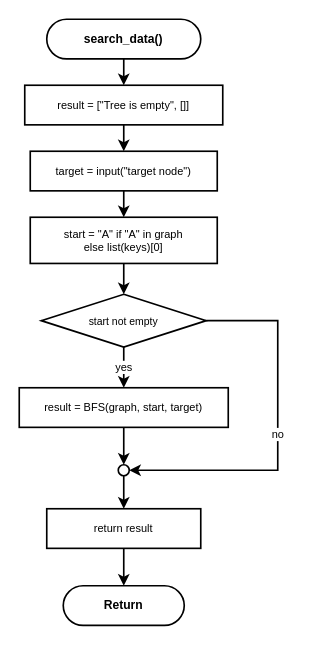
Earlier version of the draw.io diagram program001/flowchart/08_search_data.drawio (kittiphong064008-cyber/AI-Coding). Source tidied: cells renumbered, new cells numbered last; positions are measured from the earlier drawing's top-left corner, leaving out a move shared by most shapes. Both pictures are drawn from the tidied source at 110%, with x=0, y=0 at pixel (19, 19).
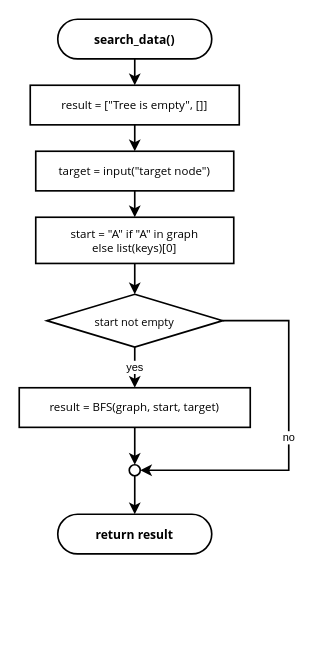
Above is the later version.

The edit, as a diff of the source:
```diff
@@
-    <mxCell id="2" value="search_data()" style="rounded=1;whiteSpace=wrap;html=1;arcSize=50;fillColor=#ffffff;strokeColor=#000000;strokeWidth=1.5;fontSize=11;fontFamily=Helvetica;fontStyle=1;" parent="1" vertex="1">
-      <mxGeometry x="25" width="140" height="36" as="geometry" />
+    <mxCell id="2" value="search_data()" style="rounded=1;whiteSpace=wrap;html=1;arcSize=50;fillColor=#ffffff;strokeColor=#000000;strokeWidth=1.5;fontSize=11;fontFamily=Segoe UI;fontStyle=1;" parent="1" vertex="1">
+      <mxGeometry x="35" width="140" height="36" as="geometry" />
     </mxCell>
-    <mxCell id="3" value="result = [&quot;Tree is empty&quot;, []]" style="rounded=0;whiteSpace=wrap;html=1;fillColor=#ffffff;strokeColor=#000000;strokeWidth=1.5;fontSize=10;fontFamily=Helvetica;" parent="1" vertex="1">
-      <mxGeometry x="5" y="60" width="180" height="36" as="geometry" />
+    <mxCell id="3" value="result = [&quot;Tree is empty&quot;, []]" style="rounded=0;whiteSpace=wrap;html=1;fillColor=#ffffff;strokeColor=#000000;strokeWidth=1.5;fontSize=10.5;fontFamily=Segoe UI;" parent="1" vertex="1">
+      <mxGeometry x="10" y="60" width="190" height="36" as="geometry" />
     </mxCell>
-    <mxCell id="4" value="target = input(&quot;target node&quot;)" style="rounded=0;whiteSpace=wrap;html=1;fillColor=#ffffff;strokeColor=#000000;strokeWidth=1.5;fontSize=10;fontFamily=Helvetica;" parent="1" vertex="1">
-      <mxGeometry x="10" y="120" width="170" height="36" as="geometry" />
+    <mxCell id="4" value="target = input(&quot;target node&quot;)" style="rounded=0;whiteSpace=wrap;html=1;fillColor=#ffffff;strokeColor=#000000;strokeWidth=1.5;fontSize=10.5;fontFamily=Segoe UI;" parent="1" vertex="1">
+      <mxGeometry x="15" y="120" width="180" height="36" as="geometry" />
     </mxCell>
-    <mxCell id="5" value="start = &quot;A&quot; if &quot;A&quot; in graph&#10;else list(keys)[0]" style="rounded=0;whiteSpace=wrap;html=1;fillColor=#ffffff;strokeColor=#000000;strokeWidth=1.5;fontSize=10;fontFamily=Helvetica;" parent="1" vertex="1">
-      <mxGeometry x="10" y="180" width="170" height="42" as="geometry" />
+    <mxCell id="5" value="start = &quot;A&quot; if &quot;A&quot; in graph&#10;else list(keys)[0]" style="rounded=0;whiteSpace=wrap;html=1;fillColor=#ffffff;strokeColor=#000000;strokeWidth=1.5;fontSize=10.5;fontFamily=Segoe UI;" parent="1" vertex="1">
+      <mxGeometry x="15" y="180" width="180" height="42" as="geometry" />
     </mxCell>
-    <mxCell id="6" value="start not empty" style="rhombus;whiteSpace=wrap;html=1;fillColor=#ffffff;strokeColor=#000000;strokeWidth=1.5;fontSize=9.5;fontFamily=Helvetica;" parent="1" vertex="1">
-      <mxGeometry x="20" y="250" width="150" height="48" as="geometry" />
+    <mxCell id="6" value="start not empty" style="rhombus;whiteSpace=wrap;html=1;fillColor=#ffffff;strokeColor=#000000;strokeWidth=1.5;fontSize=10;fontFamily=Segoe UI;" parent="1" vertex="1">
+      <mxGeometry x="25" y="250" width="160" height="48" as="geometry" />
     </mxCell>
-    <mxCell id="7" value="result = BFS(graph, start, target)" style="rounded=0;whiteSpace=wrap;html=1;fillColor=#ffffff;strokeColor=#000000;strokeWidth=1.5;fontSize=10;fontFamily=Helvetica;" parent="1" vertex="1">
-      <mxGeometry y="335" width="190" height="36" as="geometry" />
+    <mxCell id="7" value="result = BFS(graph, start, target)" style="rounded=0;whiteSpace=wrap;html=1;fillColor=#ffffff;strokeColor=#000000;strokeWidth=1.5;fontSize=10.5;fontFamily=Segoe UI;" parent="1" vertex="1">
+      <mxGeometry y="335" width="210" height="36" as="geometry" />
     </mxCell>
     <mxCell id="8" style="ellipse;whiteSpace=wrap;html=1;fillColor=#ffffff;strokeColor=#000000;strokeWidth=1.5;" parent="1" vertex="1">
-      <mxGeometry x="90" y="405" width="10" height="10" as="geometry" />
+      <mxGeometry x="100" y="405" width="10" height="10" as="geometry" />
     </mxCell>
-    <mxCell id="9" value="return result" style="rounded=0;whiteSpace=wrap;html=1;fillColor=#ffffff;strokeColor=#000000;strokeWidth=1.5;fontSize=10;fontFamily=Helvetica;" parent="1" vertex="1">
-      <mxGeometry x="25" y="445" width="140" height="36" as="geometry" />
-    </mxCell>
-    <mxCell id="10" value="Return" style="rounded=1;whiteSpace=wrap;html=1;arcSize=50;fillColor=#ffffff;strokeColor=#000000;strokeWidth=1.5;fontSize=11;fontFamily=Helvetica;fontStyle=1;" parent="1" vertex="1">
-      <mxGeometry x="40" y="515" width="110" height="36" as="geometry" />
+    <mxCell id="10" value="return result" style="rounded=1;whiteSpace=wrap;html=1;arcSize=50;fillColor=#ffffff;strokeColor=#000000;strokeWidth=1.5;fontSize=11;fontFamily=Segoe UI;fontStyle=1;" parent="1" vertex="1">
+      <mxGeometry x="35" y="450" width="140" height="36" as="geometry" />
     </mxCell>
@@
     <mxCell id="17" value="no" style="edgeStyle=orthogonalEdgeStyle;rounded=0;jettySize=auto;html=1;strokeWidth=1.5;strokeColor=#000000;fontSize=10;fontColor=#000000;exitX=1;exitY=0.5;exitDx=0;exitDy=0;entryX=1;entryY=0.5;entryDx=0;entryDy=0;" parent="1" edge="1" source="6" target="8">
       <mxGeometry relative="1" as="geometry">
         <Array as="points">
-          <mxPoint x="235" y="274" />
-          <mxPoint x="235" y="410" />
+          <mxPoint x="245" y="274" />
+          <mxPoint x="245" y="410" />
         </Array>
       </mxGeometry>
     </mxCell>
-    <mxCell id="18" style="edgeStyle=orthogonalEdgeStyle;rounded=0;jettySize=auto;html=1;strokeWidth=1.5;strokeColor=#000000;fontSize=10;fontColor=#000000;" parent="1" edge="1" source="8" target="9">
+    <mxCell id="18" style="edgeStyle=orthogonalEdgeStyle;rounded=0;jettySize=auto;html=1;strokeWidth=1.5;strokeColor=#000000;fontSize=10;fontColor=#000000;" parent="1" edge="1" source="8" target="10">
       <mxGeometry relative="1" as="geometry" />
     </mxCell>
-    <mxCell id="19" style="edgeStyle=orthogonalEdgeStyle;rounded=0;jettySize=auto;html=1;strokeWidth=1.5;strokeColor=#000000;fontSize=10;fontColor=#000000;" parent="1" edge="1" source="9" target="10">
-      <mxGeometry relative="1" as="geometry" />
-    </mxCell>
```
